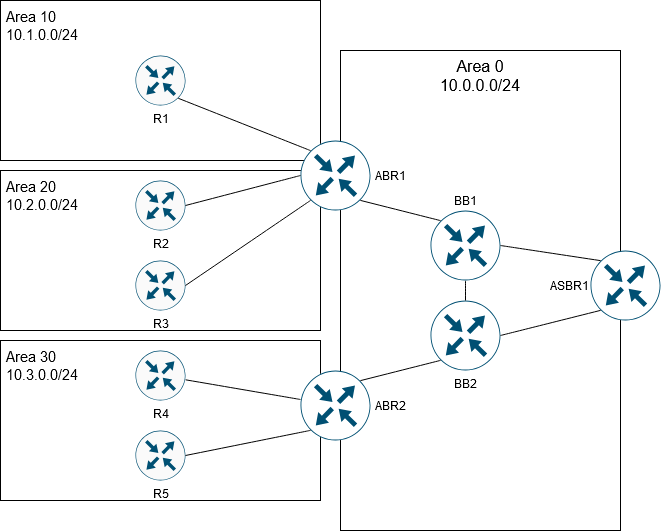
rs0les/ccnp_lab keeps this draw.io diagram as encor/routing/ospf/ospf_lab.drawio.png. Above is the earlier version. Source tidied: cells renumbered, new cells last; positions are measured from the earlier drawing's top-left corner, leaving out a move shared by most shapes.
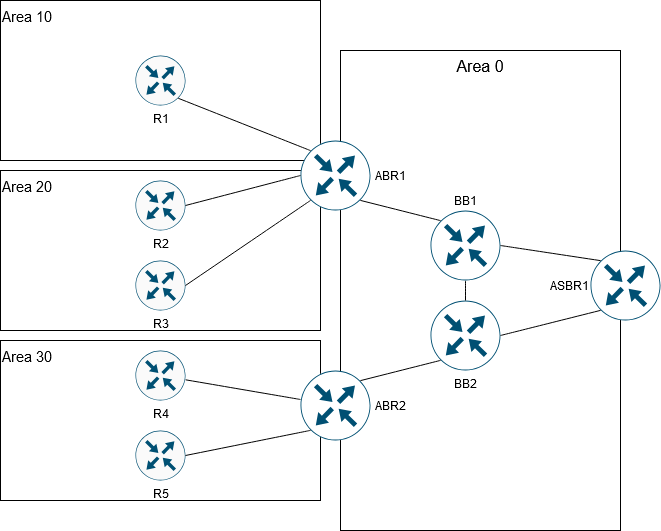
Later version of the same file.

Diff of the diagram source:
```diff
@@ -2,16 +2,16 @@
   <root>
     <mxCell id="0" />
     <mxCell id="1" parent="0" />
-    <mxCell id="2" value="&lt;div&gt;&amp;nbsp;Area 30&lt;/div&gt;&lt;div&gt;&amp;nbsp;10.3.0.0/24&lt;br&gt;&lt;/div&gt;" style="rounded=0;whiteSpace=wrap;html=1;fontSize=15;verticalAlign=top;align=left;" parent="1" vertex="1">
+    <mxCell id="2" value="Area 30" style="rounded=0;whiteSpace=wrap;html=1;fontSize=15;verticalAlign=top;align=left;" parent="1" vertex="1">
       <mxGeometry y="340" width="320" height="160" as="geometry" />
     </mxCell>
-    <mxCell id="3" value="&lt;div&gt;&amp;nbsp;Area 20&lt;/div&gt;&lt;div&gt;&amp;nbsp;10.2.0.0/24&lt;br&gt;&lt;/div&gt;" style="rounded=0;whiteSpace=wrap;html=1;fontSize=15;verticalAlign=top;align=left;" parent="1" vertex="1">
+    <mxCell id="3" value="Area 20" style="rounded=0;whiteSpace=wrap;html=1;fontSize=15;verticalAlign=top;align=left;" parent="1" vertex="1">
       <mxGeometry y="170" width="320" height="160" as="geometry" />
     </mxCell>
-    <mxCell id="4" value="&lt;div&gt;&amp;nbsp;Area 10&lt;/div&gt;&lt;div&gt;&amp;nbsp;10.1.0.0/24&lt;br&gt;&lt;/div&gt;" style="rounded=0;whiteSpace=wrap;html=1;labelPosition=center;verticalLabelPosition=middle;align=left;verticalAlign=top;fontSize=15;" parent="1" vertex="1">
+    <mxCell id="4" value="Area 10" style="rounded=0;whiteSpace=wrap;html=1;labelPosition=center;verticalLabelPosition=middle;align=left;verticalAlign=top;fontSize=15;" parent="1" vertex="1">
       <mxGeometry width="320" height="160" as="geometry" />
     </mxCell>
-    <mxCell id="5" value="&lt;div&gt;Area 0&lt;/div&gt;&lt;div&gt;10.0.0.0/24&lt;br&gt;&lt;/div&gt;" style="rounded=0;whiteSpace=wrap;html=1;direction=south;labelPosition=center;verticalLabelPosition=middle;align=center;verticalAlign=top;fontSize=16;" parent="1" vertex="1">
+    <mxCell id="5" value="Area 0" style="rounded=0;whiteSpace=wrap;html=1;direction=south;labelPosition=center;verticalLabelPosition=middle;align=center;verticalAlign=top;fontSize=16;" parent="1" vertex="1">
       <mxGeometry x="340" y="50" width="280" height="480" as="geometry" />
     </mxCell>
     <mxCell id="6" style="edgeStyle=none;shape=connector;curved=1;rounded=0;jettySize=auto;html=1;strokeColor=default;align=center;verticalAlign=middle;fontFamily=Helvetica;fontSize=12;fontColor=default;labelBackgroundColor=default;startSize=8;endArrow=none;endFill=0;endSize=8;" parent="1" edge="1" source="7" target="16">
```
